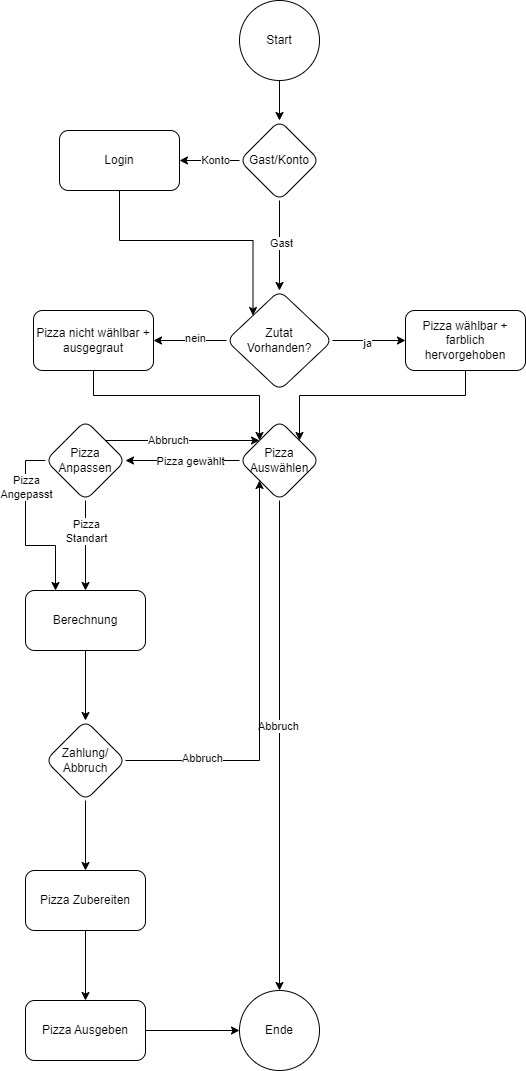
The draw.io diagram maier_tobias/PizzaautomatPaP.drawio.png in andreasweberd/2024_F2ab, before a commit. Source tidied: cells renumbered, new cells last; positions are measured from the earlier drawing's top-left corner, leaving out a move shared by most shapes.
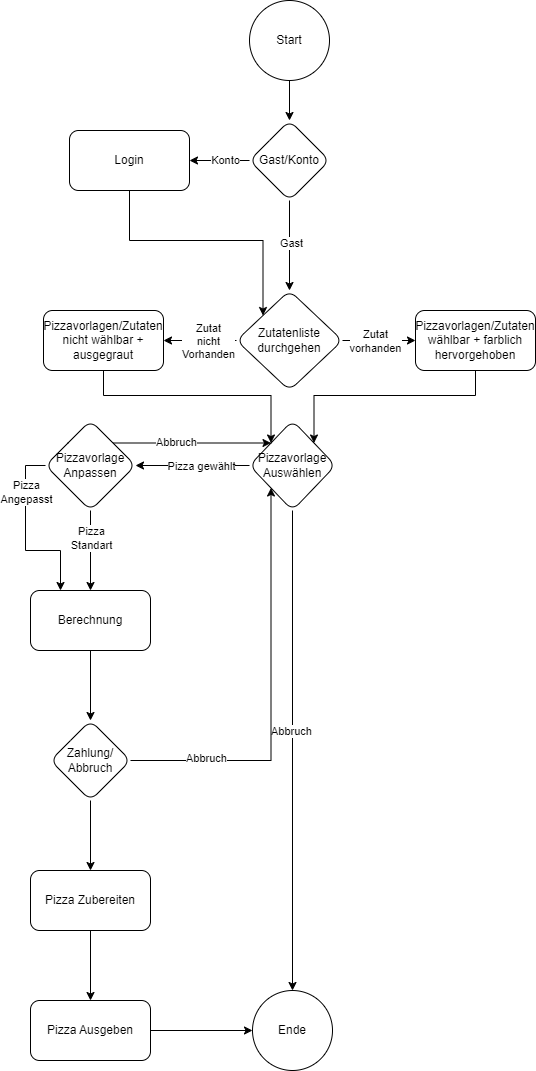
The same diagram one commit later.

Commit message:
Verständlichkeit (hoffentlich) erhöht

The edit, as a diff of the source:
```diff
@@ -2,10 +2,8 @@
   <root>
     <mxCell id="0" />
     <mxCell id="1" parent="0" />
-    <mxCell id="2" style="edgeStyle=orthogonalEdgeStyle;rounded=0;jettySize=auto;html=1;" parent="1" edge="1" source="6">
-      <mxGeometry relative="1" as="geometry">
-        <mxPoint x="100" y="460" as="targetPoint" />
-      </mxGeometry>
+    <mxCell id="2" style="edgeStyle=orthogonalEdgeStyle;rounded=0;jettySize=auto;html=1;entryX=1;entryY=0.5;entryDx=0;entryDy=0;" parent="1" edge="1" source="6" target="24">
+      <mxGeometry relative="1" as="geometry" />
     </mxCell>
     <mxCell id="3" value="Pizza gewählt" style="edgeLabel;html=1;align=center;verticalAlign=middle;" parent="2" vertex="1">
       <mxGeometry x="-0.14" relative="1" as="geometry" />
@@ -16,8 +14,8 @@
     <mxCell id="5" value="Abbruch" style="edgeLabel;html=1;align=center;verticalAlign=middle;" parent="4" vertex="1">
       <mxGeometry x="-0.08" y="-2" relative="1" as="geometry" />
     </mxCell>
-    <mxCell id="6" value="Pizza Auswählen" style="rhombus;whiteSpace=wrap;html=1;rounded=1;" parent="1" vertex="1">
-      <mxGeometry x="214" y="420" width="80" height="80" as="geometry" />
+    <mxCell id="6" value="Pizzavorlage Auswählen" style="rhombus;whiteSpace=wrap;html=1;rounded=1;" parent="1" vertex="1">
+      <mxGeometry x="214" y="420" width="86" height="90" as="geometry" />
     </mxCell>
     <mxCell id="7" style="edgeStyle=orthogonalEdgeStyle;rounded=0;jettySize=auto;html=1;" parent="1" edge="1" source="11" target="13">
       <mxGeometry relative="1" as="geometry" />
@@ -25,25 +23,31 @@
     <mxCell id="8" value="nein" style="edgeLabel;html=1;align=center;verticalAlign=middle;" parent="7" vertex="1">
       <mxGeometry x="-0.13" y="-3" relative="1" as="geometry" />
     </mxCell>
+    <mxCell id="43" value="Zutat&lt;div&gt;nicht&lt;/div&gt;&lt;div&gt;Vorhanden&lt;/div&gt;" style="edgeLabel;html=1;align=center;verticalAlign=middle;" parent="7" vertex="1">
+      <mxGeometry x="-0.22" relative="1" as="geometry" />
+    </mxCell>
     <mxCell id="9" style="edgeStyle=orthogonalEdgeStyle;rounded=0;jettySize=auto;html=1;" parent="1" edge="1" source="11" target="15">
       <mxGeometry relative="1" as="geometry" />
     </mxCell>
     <mxCell id="10" value="ja" style="edgeLabel;html=1;align=center;verticalAlign=middle;" parent="9" vertex="1">
       <mxGeometry x="-0.06" y="-2" relative="1" as="geometry" />
     </mxCell>
+    <mxCell id="44" value="Zutat&lt;div&gt;vorhanden&lt;/div&gt;" style="edgeLabel;html=1;align=center;verticalAlign=middle;" parent="9" vertex="1">
+      <mxGeometry x="-0.11" relative="1" as="geometry" />
+    </mxCell>
-    <mxCell id="11" value="Zutat&lt;div&gt;Vorhanden?&lt;/div&gt;" style="rhombus;whiteSpace=wrap;html=1;rounded=1;" parent="1" vertex="1">
+    <mxCell id="11" value="Zutatenliste&lt;div&gt;&lt;span style=&quot;background-color: initial;&quot;&gt;durchgehen&lt;/span&gt;&lt;/div&gt;" style="rhombus;whiteSpace=wrap;html=1;rounded=1;" parent="1" vertex="1">
       <mxGeometry x="201" y="290" width="106" height="100" as="geometry" />
     </mxCell>
     <mxCell id="12" style="edgeStyle=orthogonalEdgeStyle;rounded=0;jettySize=auto;html=1;exitX=0.5;exitY=1;exitDx=0;exitDy=0;entryX=0;entryY=0;entryDx=0;entryDy=0;" parent="1" edge="1" source="13" target="6">
       <mxGeometry relative="1" as="geometry" />
     </mxCell>
-    <mxCell id="13" value="Pizza nicht wählbar + ausgegraut" style="whiteSpace=wrap;html=1;rounded=1;" parent="1" vertex="1">
+    <mxCell id="13" value="Pizzavorlagen/Zutaten nicht wählbar + ausgegraut" style="whiteSpace=wrap;html=1;rounded=1;" parent="1" vertex="1">
       <mxGeometry x="8" y="310" width="120" height="60" as="geometry" />
     </mxCell>
     <mxCell id="14" style="edgeStyle=orthogonalEdgeStyle;rounded=0;jettySize=auto;html=1;exitX=0.5;exitY=1;exitDx=0;exitDy=0;entryX=1;entryY=0;entryDx=0;entryDy=0;" parent="1" edge="1" source="15" target="6">
       <mxGeometry relative="1" as="geometry" />
     </mxCell>
-    <mxCell id="15" value="Pizza wählbar + farblich hervorgehoben" style="whiteSpace=wrap;html=1;rounded=1;" parent="1" vertex="1">
+    <mxCell id="15" value="Pizzavorlagen/Zutaten wählbar + farblich hervorgehoben" style="whiteSpace=wrap;html=1;rounded=1;" parent="1" vertex="1">
       <mxGeometry x="380" y="310" width="120" height="60" as="geometry" />
     </mxCell>
     <mxCell id="16" style="edgeStyle=orthogonalEdgeStyle;rounded=0;jettySize=auto;html=1;exitX=0.5;exitY=1;exitDx=0;exitDy=0;entryX=0.5;entryY=0;entryDx=0;entryDy=0;" parent="1" edge="1" source="17" target="38">
@@ -70,14 +74,14 @@
     <mxCell id="23" value="Abbruch" style="edgeLabel;html=1;align=center;verticalAlign=middle;" parent="22" vertex="1">
       <mxGeometry x="-0.2" y="1" relative="1" as="geometry" />
     </mxCell>
-    <mxCell id="24" value="Pizza Anpassen" style="rhombus;whiteSpace=wrap;html=1;rounded=1;" parent="1" vertex="1">
-      <mxGeometry x="20" y="420" width="80" height="80" as="geometry" />
+    <mxCell id="24" value="Pizzavorlage Anpassen" style="rhombus;whiteSpace=wrap;html=1;rounded=1;" parent="1" vertex="1">
+      <mxGeometry x="10" y="420" width="90" height="90" as="geometry" />
     </mxCell>
     <mxCell id="25" style="edgeStyle=orthogonalEdgeStyle;rounded=0;jettySize=auto;html=1;" parent="1" edge="1" source="26" target="30">
       <mxGeometry relative="1" as="geometry" />
     </mxCell>
     <mxCell id="26" value="Berechnung" style="whiteSpace=wrap;html=1;rounded=1;" parent="1" vertex="1">
-      <mxGeometry y="590" width="120" height="60" as="geometry" />
+      <mxGeometry x="-5" y="590" width="120" height="60" as="geometry" />
     </mxCell>
     <mxCell id="27" style="edgeStyle=orthogonalEdgeStyle;rounded=0;jettySize=auto;html=1;exitX=1;exitY=0.5;exitDx=0;exitDy=0;entryX=0;entryY=1;entryDx=0;entryDy=0;" parent="1" edge="1" source="30" target="6">
       <mxGeometry relative="1" as="geometry" />
@@ -89,16 +93,16 @@
       <mxGeometry relative="1" as="geometry" />
     </mxCell>
     <mxCell id="30" value="Zahlung/&lt;div&gt;Abbruch&lt;/div&gt;" style="rhombus;whiteSpace=wrap;html=1;rounded=1;" parent="1" vertex="1">
-      <mxGeometry x="20" y="720" width="80" height="80" as="geometry" />
+      <mxGeometry x="15" y="720" width="80" height="80" as="geometry" />
     </mxCell>
     <mxCell id="31" style="edgeStyle=orthogonalEdgeStyle;rounded=0;jettySize=auto;html=1;exitX=1;exitY=0.5;exitDx=0;exitDy=0;entryX=0;entryY=0.5;entryDx=0;entryDy=0;" parent="1" edge="1" source="32" target="33">
       <mxGeometry relative="1" as="geometry" />
     </mxCell>
     <mxCell id="32" value="Pizza Ausgeben" style="whiteSpace=wrap;html=1;rounded=1;" parent="1" vertex="1">
-      <mxGeometry y="1000" width="120" height="60" as="geometry" />
+      <mxGeometry x="-5" y="1000" width="120" height="60" as="geometry" />
     </mxCell>
     <mxCell id="33" value="Ende" style="ellipse;whiteSpace=wrap;html=1;" parent="1" vertex="1">
-      <mxGeometry x="214" y="990" width="80" height="80" as="geometry" />
+      <mxGeometry x="217" y="990" width="80" height="80" as="geometry" />
     </mxCell>
     <mxCell id="34" style="edgeStyle=orthogonalEdgeStyle;rounded=0;jettySize=auto;html=1;exitX=0.5;exitY=1;exitDx=0;exitDy=0;entryX=0.5;entryY=0;entryDx=0;entryDy=0;" parent="1" edge="1" source="38" target="11">
       <mxGeometry relative="1" as="geometry" />
@@ -125,7 +129,7 @@
       <mxGeometry relative="1" as="geometry" />
     </mxCell>
     <mxCell id="42" value="Pizza Zubereiten" style="whiteSpace=wrap;html=1;rounded=1;" parent="1" vertex="1">
-      <mxGeometry y="870" width="120" height="60" as="geometry" />
+      <mxGeometry x="-5" y="870" width="120" height="60" as="geometry" />
     </mxCell>
   </root>
 </mxGraphModel>
```
